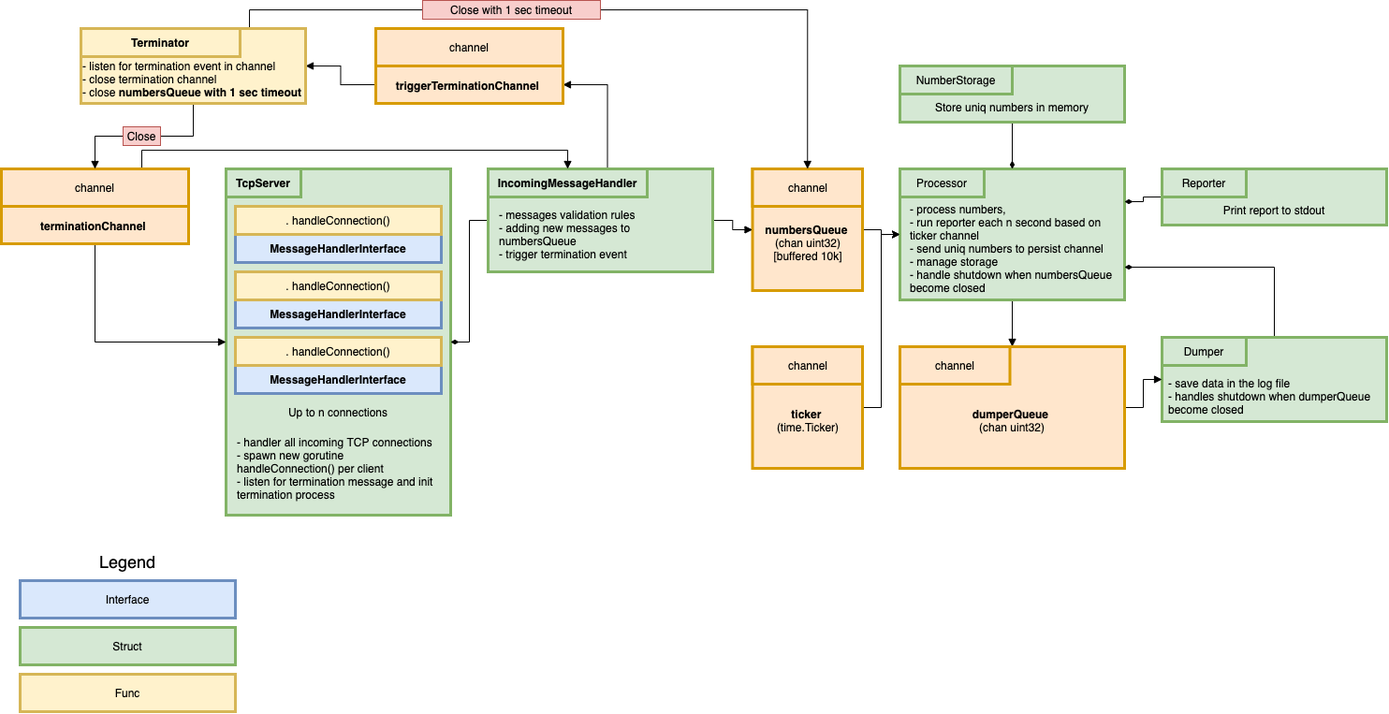
This is resources/images/application_design.png from brushknight/number-server, a draw.io export, as it was before one commit. Source tidied: cells renumbered, new cells last; positions are measured from the earlier drawing's top-left corner, leaving out a move shared by most shapes.
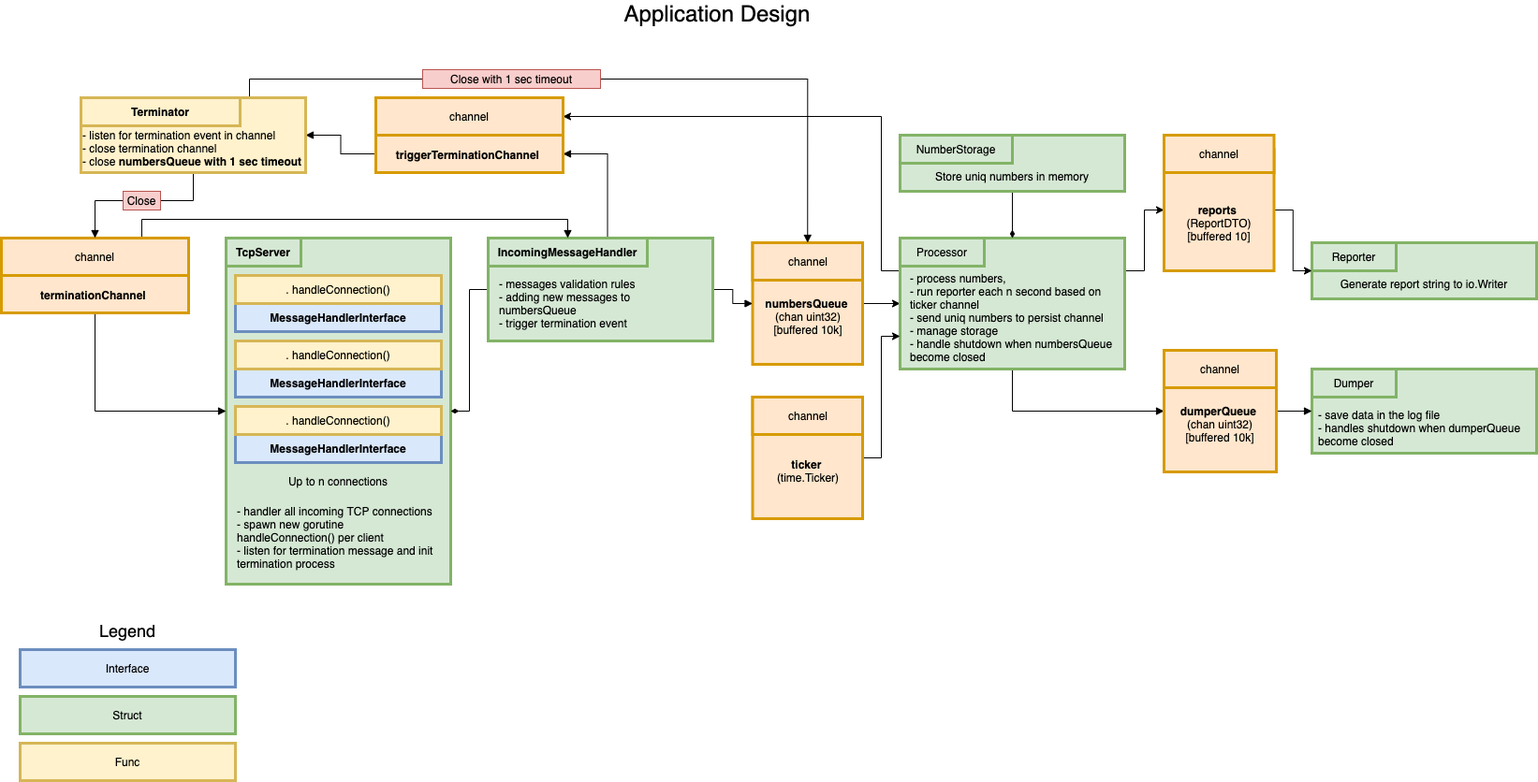
After the commit.

Change to the diagram source:
```diff
@@ -14,14 +14,14 @@
     <mxCell id="5" value=".&amp;nbsp;handleConnection()" style="rounded=0;whiteSpace=wrap;html=1;fillColor=#fff2cc;strokeColor=#d6b656;strokeWidth=3;" parent="1" vertex="1">
       <mxGeometry x="250" y="220" width="220" height="30" as="geometry" />
     </mxCell>
-    <mxCell id="6" style="edgeStyle=orthogonalEdgeStyle;rounded=0;jettySize=auto;html=1;exitX=1;exitY=0.5;exitDx=0;exitDy=0;entryX=0;entryY=0.5;entryDx=0;entryDy=0;" parent="1" edge="1" source="7" target="15">
+    <mxCell id="6" style="edgeStyle=orthogonalEdgeStyle;rounded=0;jettySize=auto;html=1;exitX=1;exitY=0.5;exitDx=0;exitDy=0;entryX=0;entryY=0.5;entryDx=0;entryDy=0;" parent="1" edge="1" source="7" target="17">
       <mxGeometry relative="1" as="geometry" />
     </mxCell>
     <mxCell id="7" value="&lt;br&gt;&lt;br&gt;&lt;b&gt;numbersQueue&lt;/b&gt; &lt;br&gt;(chan uint32)&lt;br&gt;[buffered 10k]" style="rounded=0;whiteSpace=wrap;html=1;strokeColor=#d79b00;strokeWidth=3;fillColor=#ffe6cc;" parent="1" vertex="1">
-      <mxGeometry x="802.5" y="180" width="117.5" height="130" as="geometry" />
+      <mxGeometry x="802.5" y="185" width="117.5" height="130" as="geometry" />
     </mxCell>
     <mxCell id="8" value="channel" style="text;html=1;align=center;verticalAlign=middle;whiteSpace=wrap;rounded=0;fillColor=#ffe6cc;strokeColor=#d79b00;strokeWidth=3;" parent="1" vertex="1">
-      <mxGeometry x="802.5" y="180" width="117.5" height="40" as="geometry" />
+      <mxGeometry x="802.5" y="185" width="117.5" height="40" as="geometry" />
     </mxCell>
     <mxCell id="9" value="&lt;b&gt;MessageHandlerInterface&lt;/b&gt;" style="rounded=0;whiteSpace=wrap;html=1;fillColor=#dae8fc;strokeColor=#6c8ebf;strokeWidth=3;" parent="1" vertex="1">
       <mxGeometry x="250" y="320" width="220" height="30" as="geometry" />
@@ -38,53 +38,58 @@
     <mxCell id="13" value="Up to n connections" style="text;html=1;strokeColor=none;fillColor=none;align=center;verticalAlign=middle;whiteSpace=wrap;rounded=0;" parent="1" vertex="1">
       <mxGeometry x="260" y="430" width="200" height="20" as="geometry" />
     </mxCell>
-    <mxCell id="14" style="edgeStyle=orthogonalEdgeStyle;rounded=0;jettySize=auto;html=1;exitX=0.5;exitY=1;exitDx=0;exitDy=0;endArrow=block;endFill=1;" parent="1" edge="1" source="15" target="28">
+    <mxCell id="14" style="edgeStyle=orthogonalEdgeStyle;rounded=0;jettySize=auto;html=1;exitX=0.5;exitY=1;exitDx=0;exitDy=0;endArrow=block;endFill=1;" parent="1" edge="1" source="17" target="28">
       <mxGeometry relative="1" as="geometry" />
     </mxCell>
-    <mxCell id="15" style="rounded=0;whiteSpace=wrap;html=1;fillColor=#d5e8d4;strokeColor=#82b366;strokeWidth=3;" parent="1" vertex="1">
-      <mxGeometry x="960" y="180" width="240" height="140" as="geometry" />
+    <mxCell id="15" style="edgeStyle=orthogonalEdgeStyle;rounded=0;jettySize=auto;html=1;exitX=1;exitY=0.25;exitDx=0;exitDy=0;" parent="1" edge="1" source="17" target="59">
+      <mxGeometry relative="1" as="geometry" />
     </mxCell>
-    <mxCell id="16" value="Processor" style="text;html=1;strokeColor=#82b366;fillColor=#d5e8d4;align=center;verticalAlign=middle;whiteSpace=wrap;rounded=0;strokeWidth=3;" parent="1" vertex="1">
-      <mxGeometry x="960" y="180" width="90" height="30" as="geometry" />
+    <mxCell id="16" style="edgeStyle=orthogonalEdgeStyle;rounded=0;jettySize=auto;html=1;exitX=0;exitY=0.25;exitDx=0;exitDy=0;entryX=1;entryY=0.5;entryDx=0;entryDy=0;" parent="1" edge="1" source="17" target="39">
+      <mxGeometry relative="1" as="geometry">
+        <Array as="points">
+          <mxPoint x="940" y="215" />
+          <mxPoint x="940" y="50" />
+        </Array>
+      </mxGeometry>
     </mxCell>
-    <mxCell id="17" style="edgeStyle=orthogonalEdgeStyle;rounded=0;jettySize=auto;html=1;exitX=1;exitY=0.5;exitDx=0;exitDy=0;entryX=0;entryY=0.5;entryDx=0;entryDy=0;" parent="1" edge="1" source="18" target="15">
-      <mxGeometry relative="1" as="geometry" />
+    <mxCell id="17" style="rounded=0;whiteSpace=wrap;html=1;fillColor=#d5e8d4;strokeColor=#82b366;strokeWidth=3;" parent="1" vertex="1">
+      <mxGeometry x="960" y="180" width="240" height="140" as="geometry" />
     </mxCell>
-    <mxCell id="18" value="&lt;br&gt;&lt;br&gt;&lt;b&gt;ticker&lt;/b&gt;&amp;nbsp;&lt;br&gt;(time.Ticker)" style="rounded=0;whiteSpace=wrap;html=1;strokeColor=#d79b00;strokeWidth=3;fillColor=#ffe6cc;" parent="1" vertex="1">
-      <mxGeometry x="802.5" y="370" width="117.5" height="130" as="geometry" />
+    <mxCell id="18" value="Processor" style="text;html=1;strokeColor=#82b366;fillColor=#d5e8d4;align=center;verticalAlign=middle;whiteSpace=wrap;rounded=0;strokeWidth=3;" parent="1" vertex="1">
+      <mxGeometry x="960" y="180" width="90" height="30" as="geometry" />
     </mxCell>
-    <mxCell id="19" value="channel" style="text;html=1;align=center;verticalAlign=middle;whiteSpace=wrap;rounded=0;fillColor=#ffe6cc;strokeColor=#d79b00;strokeWidth=3;" parent="1" vertex="1">
-      <mxGeometry x="802.5" y="370" width="117.5" height="40" as="geometry" />
+    <mxCell id="19" style="edgeStyle=orthogonalEdgeStyle;rounded=0;jettySize=auto;html=1;exitX=1;exitY=0.5;exitDx=0;exitDy=0;entryX=0;entryY=0.75;entryDx=0;entryDy=0;" parent="1" edge="1" source="20" target="17">
+      <mxGeometry relative="1" as="geometry" />
     </mxCell>
-    <mxCell id="20" value="&lt;div style=&quot;text-align: left&quot;&gt;&lt;span&gt;- process numbers,&amp;nbsp;&lt;/span&gt;&lt;/div&gt;&lt;div style=&quot;text-align: left&quot;&gt;&lt;span&gt;- run reporter each n second based on ticker channel&lt;/span&gt;&lt;/div&gt;&lt;div style=&quot;text-align: left&quot;&gt;&lt;span&gt;- send uniq numbers to persist channel&lt;/span&gt;&lt;/div&gt;&lt;div style=&quot;text-align: left&quot;&gt;&lt;span&gt;- manage storage&lt;/span&gt;&lt;/div&gt;&lt;div style=&quot;text-align: left&quot;&gt;&lt;span&gt;- handle shutdown when&amp;nbsp;&lt;/span&gt;&lt;span&gt;numbersQueue become closed&lt;/span&gt;&lt;/div&gt;" style="text;html=1;strokeColor=none;fillColor=none;align=center;verticalAlign=middle;whiteSpace=wrap;rounded=0;" parent="1" vertex="1">
-      <mxGeometry x="970" y="215" width="220" height="100" as="geometry" />
+    <mxCell id="20" value="&lt;br&gt;&lt;br&gt;&lt;b&gt;ticker&lt;/b&gt;&amp;nbsp;&lt;br&gt;(time.Ticker)" style="rounded=0;whiteSpace=wrap;html=1;strokeColor=#d79b00;strokeWidth=3;fillColor=#ffe6cc;" parent="1" vertex="1">
+      <mxGeometry x="802.5" y="350" width="117.5" height="130" as="geometry" />
     </mxCell>
-    <mxCell id="21" style="edgeStyle=orthogonalEdgeStyle;rounded=0;jettySize=auto;html=1;exitX=0;exitY=0.5;exitDx=0;exitDy=0;entryX=1;entryY=0.25;entryDx=0;entryDy=0;endArrow=diamondThin;endFill=1;" parent="1" edge="1" source="22" target="15">
-      <mxGeometry relative="1" as="geometry" />
+    <mxCell id="21" value="channel" style="text;html=1;align=center;verticalAlign=middle;whiteSpace=wrap;rounded=0;fillColor=#ffe6cc;strokeColor=#d79b00;strokeWidth=3;" parent="1" vertex="1">
+      <mxGeometry x="802.5" y="350" width="117.5" height="40" as="geometry" />
     </mxCell>
-    <mxCell id="22" value="&lt;br&gt;&lt;br&gt;Print report to stdout" style="rounded=0;whiteSpace=wrap;html=1;fillColor=#d5e8d4;strokeColor=#82b366;strokeWidth=3;" parent="1" vertex="1">
-      <mxGeometry x="1240" y="180" width="240" height="60" as="geometry" />
+    <mxCell id="22" value="&lt;div style=&quot;text-align: left&quot;&gt;&lt;span&gt;- process numbers,&amp;nbsp;&lt;/span&gt;&lt;/div&gt;&lt;div style=&quot;text-align: left&quot;&gt;&lt;span&gt;- run reporter each n second based on ticker channel&lt;/span&gt;&lt;/div&gt;&lt;div style=&quot;text-align: left&quot;&gt;&lt;span&gt;- send uniq numbers to persist channel&lt;/span&gt;&lt;/div&gt;&lt;div style=&quot;text-align: left&quot;&gt;&lt;span&gt;- manage storage&lt;/span&gt;&lt;/div&gt;&lt;div style=&quot;text-align: left&quot;&gt;&lt;span&gt;- handle shutdown when&amp;nbsp;&lt;/span&gt;&lt;span&gt;numbersQueue become closed&lt;/span&gt;&lt;/div&gt;" style="text;html=1;strokeColor=none;fillColor=none;align=center;verticalAlign=middle;whiteSpace=wrap;rounded=0;" parent="1" vertex="1">
+      <mxGeometry x="970" y="215" width="220" height="100" as="geometry" />
     </mxCell>
-    <mxCell id="23" value="Reporter" style="text;html=1;strokeColor=#82b366;fillColor=#d5e8d4;align=center;verticalAlign=middle;whiteSpace=wrap;rounded=0;strokeWidth=3;" parent="1" vertex="1">
-      <mxGeometry x="1240" y="180" width="90" height="30" as="geometry" />
+    <mxCell id="23" value="&lt;br&gt;&lt;br&gt;Generate report string to io.Writer" style="rounded=0;whiteSpace=wrap;html=1;fillColor=#d5e8d4;strokeColor=#82b366;strokeWidth=3;" parent="1" vertex="1">
+      <mxGeometry x="1400" y="185" width="240" height="60" as="geometry" />
     </mxCell>
-    <mxCell id="24" style="edgeStyle=orthogonalEdgeStyle;rounded=0;jettySize=auto;html=1;exitX=0.5;exitY=0;exitDx=0;exitDy=0;entryX=1;entryY=0.75;entryDx=0;entryDy=0;endArrow=diamondThin;endFill=1;" parent="1" edge="1" source="25" target="15">
-      <mxGeometry relative="1" as="geometry" />
+    <mxCell id="24" value="Reporter" style="text;html=1;strokeColor=#82b366;fillColor=#d5e8d4;align=center;verticalAlign=middle;whiteSpace=wrap;rounded=0;strokeWidth=3;" parent="1" vertex="1">
+      <mxGeometry x="1400" y="185" width="90" height="30" as="geometry" />
     </mxCell>
     <mxCell id="25" style="rounded=0;whiteSpace=wrap;html=1;fillColor=#d5e8d4;strokeColor=#82b366;strokeWidth=3;" parent="1" vertex="1">
-      <mxGeometry x="1240" y="360" width="240" height="90" as="geometry" />
+      <mxGeometry x="1400" y="320" width="240" height="90" as="geometry" />
     </mxCell>
     <mxCell id="26" value="Dumper" style="text;html=1;strokeColor=#82b366;fillColor=#d5e8d4;align=center;verticalAlign=middle;whiteSpace=wrap;rounded=0;strokeWidth=3;" parent="1" vertex="1">
-      <mxGeometry x="1240" y="360" width="90" height="30" as="geometry" />
+      <mxGeometry x="1400" y="320" width="90" height="30" as="geometry" />
     </mxCell>
     <mxCell id="27" style="edgeStyle=orthogonalEdgeStyle;rounded=0;jettySize=auto;html=1;exitX=1;exitY=0.5;exitDx=0;exitDy=0;entryX=0;entryY=0.5;entryDx=0;entryDy=0;endArrow=block;endFill=1;" parent="1" edge="1" source="28" target="25">
       <mxGeometry relative="1" as="geometry" />
     </mxCell>
-    <mxCell id="28" value="&lt;br&gt;&lt;br&gt;&lt;b&gt;dumperQueue&lt;/b&gt;&amp;nbsp;&lt;br&gt;(chan uint32)" style="rounded=0;whiteSpace=wrap;html=1;strokeColor=#d79b00;strokeWidth=3;fillColor=#ffe6cc;" parent="1" vertex="1">
-      <mxGeometry x="960" y="370" width="240" height="130" as="geometry" />
+    <mxCell id="28" value="&lt;br&gt;&lt;br&gt;&lt;b&gt;dumperQueue&lt;/b&gt;&amp;nbsp;&lt;br&gt;(chan uint32)&lt;br&gt;[buffered 10k]" style="rounded=0;whiteSpace=wrap;html=1;strokeColor=#d79b00;strokeWidth=3;fillColor=#ffe6cc;" parent="1" vertex="1">
+      <mxGeometry x="1242" y="300" width="120" height="130" as="geometry" />
     </mxCell>
     <mxCell id="29" value="channel" style="text;html=1;align=center;verticalAlign=middle;whiteSpace=wrap;rounded=0;fillColor=#ffe6cc;strokeColor=#d79b00;strokeWidth=3;" parent="1" vertex="1">
-      <mxGeometry x="960" y="370" width="117.5" height="40" as="geometry" />
+      <mxGeometry x="1242" y="300" width="120" height="40" as="geometry" />
     </mxCell>
     <mxCell id="30" style="edgeStyle=orthogonalEdgeStyle;rounded=0;jettySize=auto;html=1;exitX=0;exitY=0.5;exitDx=0;exitDy=0;entryX=1;entryY=0.5;entryDx=0;entryDy=0;endArrow=diamondThin;endFill=1;" parent="1" edge="1" source="32" target="2">
       <mxGeometry relative="1" as="geometry" />
@@ -134,11 +139,15 @@
       <mxGeometry y="180" width="200" height="40" as="geometry" />
     </mxCell>
     <mxCell id="44" value="&lt;div&gt;&lt;span&gt;- save data in the log file&lt;/span&gt;&lt;/div&gt;&lt;div&gt;&lt;span&gt;- handles shutdown when dumperQueue become closed&lt;/span&gt;&lt;/div&gt;" style="text;html=1;strokeColor=none;fillColor=none;align=left;verticalAlign=middle;whiteSpace=wrap;rounded=0;" parent="1" vertex="1">
-      <mxGeometry x="1245" y="395" width="230" height="55" as="geometry" />
+      <mxGeometry x="1405" y="355" width="230" height="55" as="geometry" />
     </mxCell>
     <mxCell id="45" style="edgeStyle=orthogonalEdgeStyle;rounded=0;jettySize=auto;html=1;exitX=0.5;exitY=1;exitDx=0;exitDy=0;entryX=0.5;entryY=0;entryDx=0;entryDy=0;endArrow=block;endFill=1;" parent="1" edge="1" source="47">
       <mxGeometry relative="1" as="geometry">
         <mxPoint x="100" y="180" as="targetPoint" />
+        <Array as="points">
+          <mxPoint x="205" y="140" />
+          <mxPoint x="100" y="140" />
+        </Array>
       </mxGeometry>
     </mxCell>
     <mxCell id="46" style="edgeStyle=orthogonalEdgeStyle;rounded=0;jettySize=auto;html=1;exitX=0.75;exitY=0;exitDx=0;exitDy=0;entryX=0.5;entryY=0;entryDx=0;entryDy=0;endArrow=block;endFill=1;" parent="1" edge="1" source="47" target="8">
@@ -151,7 +160,7 @@
       <mxGeometry x="85" y="30" width="170" height="30" as="geometry" />
     </mxCell>
     <mxCell id="49" value="Close" style="text;html=1;strokeColor=#b85450;fillColor=#f8cecc;align=center;verticalAlign=middle;whiteSpace=wrap;rounded=0;" parent="1" vertex="1">
-      <mxGeometry x="130" y="135" width="40" height="20" as="geometry" />
+      <mxGeometry x="130" y="130" width="40" height="20" as="geometry" />
     </mxCell>
     <mxCell id="50" value="Close with 1 sec timeout" style="text;html=1;strokeColor=#b85450;fillColor=#f8cecc;align=center;verticalAlign=middle;whiteSpace=wrap;rounded=0;" parent="1" vertex="1">
       <mxGeometry x="450" width="190" height="20" as="geometry" />
@@ -168,7 +177,7 @@
     <mxCell id="54" value="&lt;font style=&quot;font-size: 18px&quot;&gt;Legend&lt;/font&gt;" style="text;html=1;strokeColor=none;fillColor=none;align=center;verticalAlign=middle;whiteSpace=wrap;rounded=0;" parent="1" vertex="1">
       <mxGeometry y="580" width="270" height="40" as="geometry" />
     </mxCell>
-    <mxCell id="55" style="edgeStyle=orthogonalEdgeStyle;rounded=0;jettySize=auto;html=1;exitX=0.5;exitY=1;exitDx=0;exitDy=0;entryX=0.5;entryY=0;entryDx=0;entryDy=0;endArrow=diamondThin;endFill=1;" parent="1" edge="1" source="56" target="15">
+    <mxCell id="55" style="edgeStyle=orthogonalEdgeStyle;rounded=0;jettySize=auto;html=1;exitX=0.5;exitY=1;exitDx=0;exitDy=0;entryX=0.5;entryY=0;entryDx=0;entryDy=0;endArrow=diamondThin;endFill=1;" parent="1" edge="1" source="56" target="17">
       <mxGeometry relative="1" as="geometry" />
     </mxCell>
     <mxCell id="56" value="&lt;br&gt;&lt;br&gt;Store uniq numbers in memory" style="rounded=0;whiteSpace=wrap;html=1;fillColor=#d5e8d4;strokeColor=#82b366;strokeWidth=3;" parent="1" vertex="1">
@@ -177,5 +186,17 @@
     <mxCell id="57" value="NumberStorage" style="text;html=1;strokeColor=#82b366;fillColor=#d5e8d4;align=center;verticalAlign=middle;whiteSpace=wrap;rounded=0;strokeWidth=3;" parent="1" vertex="1">
       <mxGeometry x="960" y="70" width="120" height="30" as="geometry" />
     </mxCell>
+    <mxCell id="58" style="edgeStyle=orthogonalEdgeStyle;rounded=0;jettySize=auto;html=1;exitX=1;exitY=0.5;exitDx=0;exitDy=0;" parent="1" edge="1" source="59" target="23">
+      <mxGeometry relative="1" as="geometry" />
+    </mxCell>
+    <mxCell id="59" value="&lt;br&gt;&lt;br&gt;&lt;b&gt;reports&lt;/b&gt;&amp;nbsp;&lt;br&gt;(ReportDTO)&lt;br&gt;[buffered 10]" style="rounded=0;whiteSpace=wrap;html=1;strokeColor=#d79b00;strokeWidth=3;fillColor=#ffe6cc;" parent="1" vertex="1">
+      <mxGeometry x="1242" y="85" width="117.5" height="130" as="geometry" />
+    </mxCell>
+    <mxCell id="60" value="channel" style="text;html=1;align=center;verticalAlign=middle;whiteSpace=wrap;rounded=0;fillColor=#ffe6cc;strokeColor=#d79b00;strokeWidth=3;" parent="1" vertex="1">
+      <mxGeometry x="1242" y="70" width="117.5" height="40" as="geometry" />
+    </mxCell>
+    <mxCell id="61" value="&lt;span style=&quot;font-size: 24px&quot;&gt;Application Design&lt;/span&gt;" style="text;html=1;strokeColor=none;fillColor=none;align=center;verticalAlign=middle;whiteSpace=wrap;rounded=0;" parent="1" vertex="1">
+      <mxGeometry x="630" y="-70" width="270" height="20" as="geometry" />
+    </mxCell>
   </root>
 </mxGraphModel>
```
